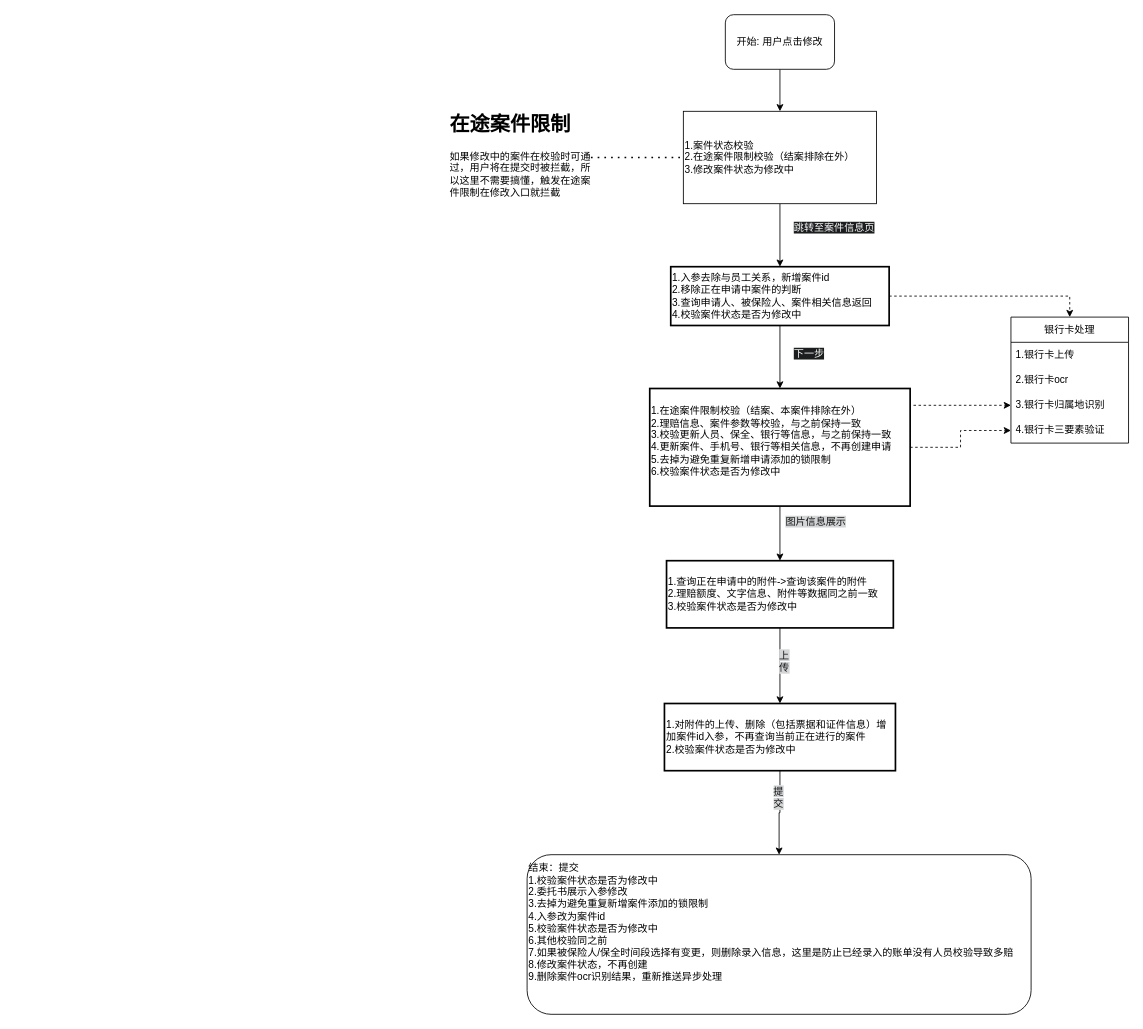
bensjohn/draw.io keeps this draw.io diagram as 拍照理赔-用户修改-修改至提交.drawio. Above is the earlier version. Source tidied: cells renumbered, new cells numbered last; positions are measured from the earlier drawing's top-left corner, leaving out a move shared by most shapes. Both pictures are drawn from the tidied source at 84%, with x=0, y=0 at pixel (448, 14).
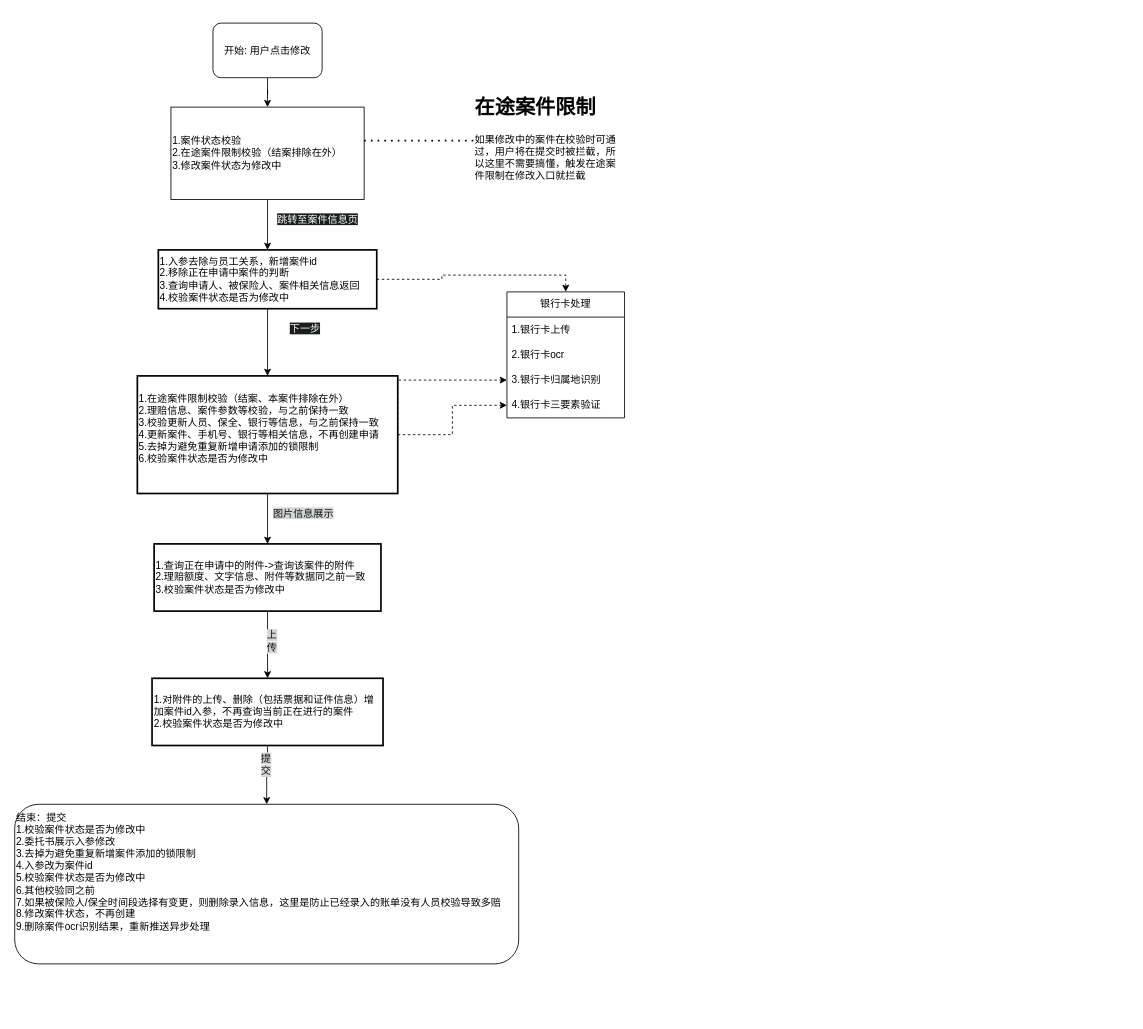
The same page after the edit.

Commit message (it also covers changes not shown here):
更新拍照理赔-用户修改-修改至提交.drawio

Unchanged cells that the change refers to:
```xml
<mxCell id="24" value="3.银行卡归属地识别" style="text;strokeColor=none;fillColor=none;align=left;verticalAlign=middle;spacingLeft=4;spacingRight=4;overflow=hidden;points=[[0,0.5],[1,0.5]];portConstraint=eastwest;whiteSpace=wrap;html=1;fixDash=0;" parent="21" vertex="1">
  <mxGeometry y="90" width="140" height="30" as="geometry" />
</mxCell>
```

Change to the diagram source:
```diff
@@
     <mxCell id="4" value="1.入参去除与员工关系，新增案件id&#10;2.移除正在申请中案件的判断&#10;3.查询申请人、被保险人、案件相关信息返回&#10;4.校验案件状态是否为修改中" style="whiteSpace=wrap;strokeWidth=2;align=left;fixDash=0;" parent="1" vertex="1">
-      <mxGeometry x="265" y="300" width="260" height="70" as="geometry" />
+      <mxGeometry x="-345" y="280" width="260" height="70" as="geometry" />
     </mxCell>
@@
     <mxCell id="6" value="开始: 用户点击修改" style="rounded=1;whiteSpace=wrap;html=1;align=center;fixDash=0;" parent="1" vertex="1">
-      <mxGeometry x="330" width="130" height="65" as="geometry" />
+      <mxGeometry x="-280" y="10" width="130" height="65" as="geometry" />
     </mxCell>
@@
     <mxCell id="8" style="edgeStyle=orthogonalEdgeStyle;rounded=0;jettySize=auto;html=1;exitX=1;exitY=0.5;exitDx=0;exitDy=0;entryX=0;entryY=0.5;entryDx=0;entryDy=0;dashed=1;align=left;fixDash=0;" parent="1" edge="1" source="10" target="24">
       <mxGeometry relative="1" as="geometry">
         <Array as="points">
-          <mxPoint x="550" y="500" />
-          <mxPoint x="550" y="470" />
+          <mxPoint x="-60" y="440" />
+          <mxPoint x="-60" y="410" />
         </Array>
       </mxGeometry>
     </mxCell>
@@
     <mxCell id="10" value="1.在途案件限制校验（结案、本案件排除在外）&#10;2.理赔信息、案件参数等校验，与之前保持一致&#10;3.校验更新人员、保全、银行等信息，与之前保持一致&#10;4.更新案件、手机号、银行等相关信息，不再创建申请&#10;5.去掉为避免重复新增申请添加的锁限制&#10;6.校验案件状态是否为修改中&#10;" style="whiteSpace=wrap;strokeWidth=2;fontColor=light-dark(#000000,#FFFFFF);textShadow=0;align=left;fixDash=0;" parent="1" vertex="1">
-      <mxGeometry x="240" y="445" width="310" height="140" as="geometry" />
+      <mxGeometry x="-370" y="430" width="310" height="140" as="geometry" />
     </mxCell>
@@
     <mxCell id="13" value="1.查询正在申请中的附件-&gt;查询该案件的附件&#10;2.理赔额度、文字信息、附件等数据同之前一致&#10;3.校验案件状态是否为修改中" style="whiteSpace=wrap;strokeWidth=2;align=left;fixDash=0;" parent="1" vertex="1">
-      <mxGeometry x="260" y="650" width="270" height="80" as="geometry" />
+      <mxGeometry x="-350" y="630" width="270" height="80" as="geometry" />
     </mxCell>
     <mxCell id="14" value="结束：提交&lt;br&gt;1.校验案件状态是否为修改中&lt;br&gt;2.委托书展示入参修改&lt;div&gt;3.去掉为避免重复新增案件添加的锁限制&lt;/div&gt;&lt;div&gt;4.入参改为案件id&lt;br&gt;5.校验案件状态是否为修改中&lt;/div&gt;&lt;div&gt;6.其他校验同之前&lt;/div&gt;&lt;div&gt;7.如果被保险人/保全时间段选择有变更，则删除录入信息，这里是防止已经录入的账单没有人员校验导致多赔&lt;/div&gt;&lt;div&gt;8.修改案件状态，不再创建&lt;br&gt;9.删除案件ocr识别结果，重新推送异步处理&lt;br&gt;&lt;br&gt;&lt;br&gt;&lt;/div&gt;" style="rounded=1;whiteSpace=wrap;html=1;align=left;fixDash=0;" parent="1" vertex="1">
-      <mxGeometry x="94" y="1000" width="600" height="190" as="geometry" />
+      <mxGeometry x="-516" y="940" width="600" height="190" as="geometry" />
     </mxCell>
     <mxCell id="15" value="&lt;span style=&quot;color: rgb(255, 255, 255); font-family: Helvetica; font-size: 12px; font-style: normal; font-variant-ligatures: normal; font-variant-caps: normal; font-weight: 400; letter-spacing: normal; orphans: 2; text-indent: 0px; text-transform: none; widows: 2; word-spacing: 0px; -webkit-text-stroke-width: 0px; white-space: normal; background-color: rgb(27, 29, 30); text-decoration-thickness: initial; text-decoration-style: initial; text-decoration-color: initial; float: none; display: inline !important;&quot;&gt;跳转至案件信息页&lt;/span&gt;" style="text;whiteSpace=wrap;html=1;align=left;fixDash=0;" parent="1" vertex="1">
-      <mxGeometry x="410" y="240" width="120" height="30" as="geometry" />
+      <mxGeometry x="-205" y="230" width="120" height="30" as="geometry" />
     </mxCell>
     <mxCell id="16" value="&lt;span style=&quot;color: rgb(255, 255, 255); font-family: Helvetica; font-size: 12px; font-style: normal; font-variant-ligatures: normal; font-variant-caps: normal; font-weight: 400; letter-spacing: normal; orphans: 2; text-indent: 0px; text-transform: none; widows: 2; word-spacing: 0px; -webkit-text-stroke-width: 0px; white-space: normal; background-color: rgb(27, 29, 30); text-decoration-thickness: initial; text-decoration-style: initial; text-decoration-color: initial; float: none; display: inline !important;&quot;&gt;下一步&lt;/span&gt;" style="text;whiteSpace=wrap;html=1;align=left;fixDash=0;" parent="1" vertex="1">
-      <mxGeometry x="410" y="390" width="60" height="30" as="geometry" />
+      <mxGeometry x="-190" y="360" width="60" height="30" as="geometry" />
     </mxCell>
@@
     <mxCell id="18" value="&lt;br&gt;&lt;div&gt;1.案件状态校验&lt;br&gt;2.&lt;span style=&quot;background-color: transparent; color: light-dark(rgb(0, 0, 0), rgb(255, 255, 255));&quot;&gt;在途案件限制校验（结案排除在外）&lt;/span&gt;&lt;/div&gt;&lt;div&gt;&lt;span style=&quot;background-color: transparent; color: light-dark(rgb(0, 0, 0), rgb(255, 255, 255));&quot;&gt;3.&lt;/span&gt;&lt;span style=&quot;background-color: transparent; color: light-dark(rgb(0, 0, 0), rgb(255, 255, 255));&quot;&gt;修改案件状态为修改中&lt;/span&gt;&lt;/div&gt;&lt;div style=&quot;padding: 0px; margin: 0px;&quot;&gt;&lt;br style=&quot;padding: 0px; margin: 0px;&quot;&gt;&lt;/div&gt;" style="rounded=0;whiteSpace=wrap;html=1;align=left;fixDash=0;" parent="1" vertex="1">
-      <mxGeometry x="280" y="115" width="230" height="110" as="geometry" />
+      <mxGeometry x="-330" y="110" width="230" height="110" as="geometry" />
     </mxCell>
-    <mxCell id="19" style="endArrow=none;dashed=1;html=1;dashPattern=1 3;strokeWidth=2;rounded=0;exitX=1;exitY=0.5;exitDx=0;exitDy=0;entryX=0;entryY=0.5;entryDx=0;entryDy=0;align=left;fixDash=0;" parent="1" edge="1" source="20" target="18">
-      <mxGeometry relative="1" as="geometry" />
+    <mxCell id="19" style="endArrow=none;dashed=1;html=1;dashPattern=1 3;strokeWidth=2;rounded=0;exitX=0;exitY=0.5;exitDx=0;exitDy=0;align=left;fixDash=0;" parent="1" edge="1" source="20">
+      <mxGeometry relative="1" as="geometry">
+        <mxPoint x="-100" y="150" as="targetPoint" />
+      </mxGeometry>
     </mxCell>
     <mxCell id="20" value="&lt;h1 style=&quot;margin-top: 0px;&quot;&gt;在途案件限制&lt;/h1&gt;&lt;p&gt;如果修改中的案件在校验时可通过，用户将在提交时被拦截，所以这里不需要搞懂，触发在途案件限制在修改入口就拦截&lt;/p&gt;" style="text;html=1;whiteSpace=wrap;overflow=hidden;rounded=0;align=left;fixDash=0;" parent="1" vertex="1">
-      <mxGeometry y="110" width="170" height="120" as="geometry" />
+      <mxGeometry x="30" y="90" width="170" height="120" as="geometry" />
     </mxCell>
     <mxCell id="21" value="银行卡处理" style="swimlane;fontStyle=0;horizontal=1;startSize=30;whiteSpace=wrap;html=1;align=center;fixDash=0;" parent="1" vertex="1">
-      <mxGeometry x="670" y="360" width="140" height="150" as="geometry" />
+      <mxGeometry x="70" y="330" width="140" height="150" as="geometry" />
     </mxCell>
@@
     <mxCell id="26" value="&lt;div style=&quot;&quot;&gt;&lt;font color=&quot;#121212&quot;&gt;&lt;span style=&quot;background-color: rgb(211, 213, 214);&quot;&gt;图片信息展示&lt;/span&gt;&lt;/font&gt;&lt;/div&gt;" style="text;whiteSpace=wrap;html=1;align=left;fixDash=0;" parent="1" vertex="1">
-      <mxGeometry x="400" y="590" width="100" height="30" as="geometry" />
+      <mxGeometry x="-210" y="580" width="100" height="30" as="geometry" />
     </mxCell>
@@
     <mxCell id="29" value="1.对附件的上传、删除（包括票据和证件信息）增加案件id入参，不再查询当前正在进行的案件&lt;br&gt;2.校验案件状态是否为修改中" style="whiteSpace=wrap;html=1;strokeWidth=2;align=left;fixDash=0;" parent="1" vertex="1">
-      <mxGeometry x="257.5" y="820" width="275" height="80" as="geometry" />
+      <mxGeometry x="-352.5" y="790" width="275" height="80" as="geometry" />
     </mxCell>
```
